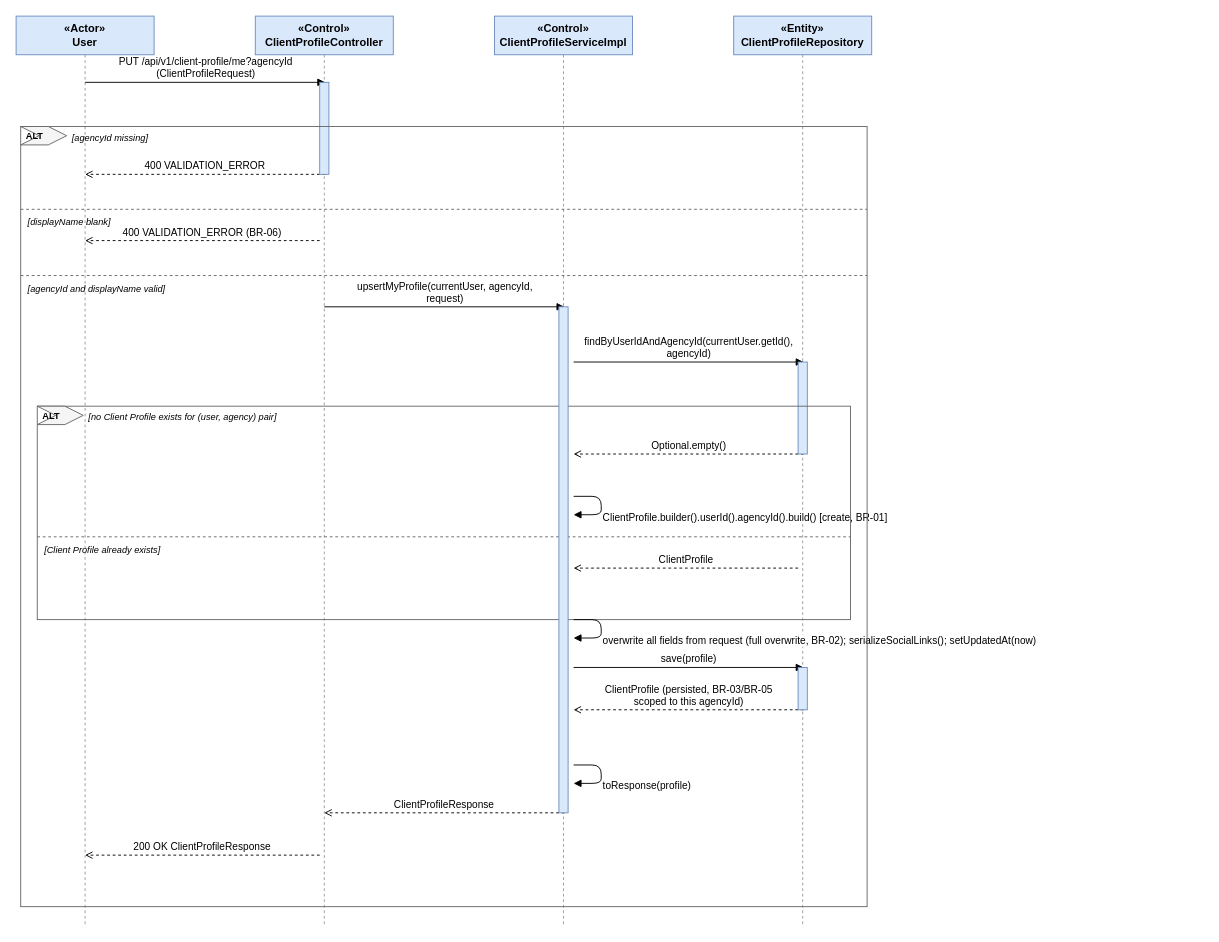
Above: docs/feature/profile/3-3-4-update-client-profile/sequence-flow.drawio in BrandHubOrganization/brandhub-infrastructure (draw.io), before the change. Source tidied: cells renumbered, new cells numbered last; positions are measured from the earlier drawing's top-left corner, leaving out a move shared by most shapes. Both pictures are drawn from the tidied source at 92%, with x=0, y=0 at pixel (16, 16).
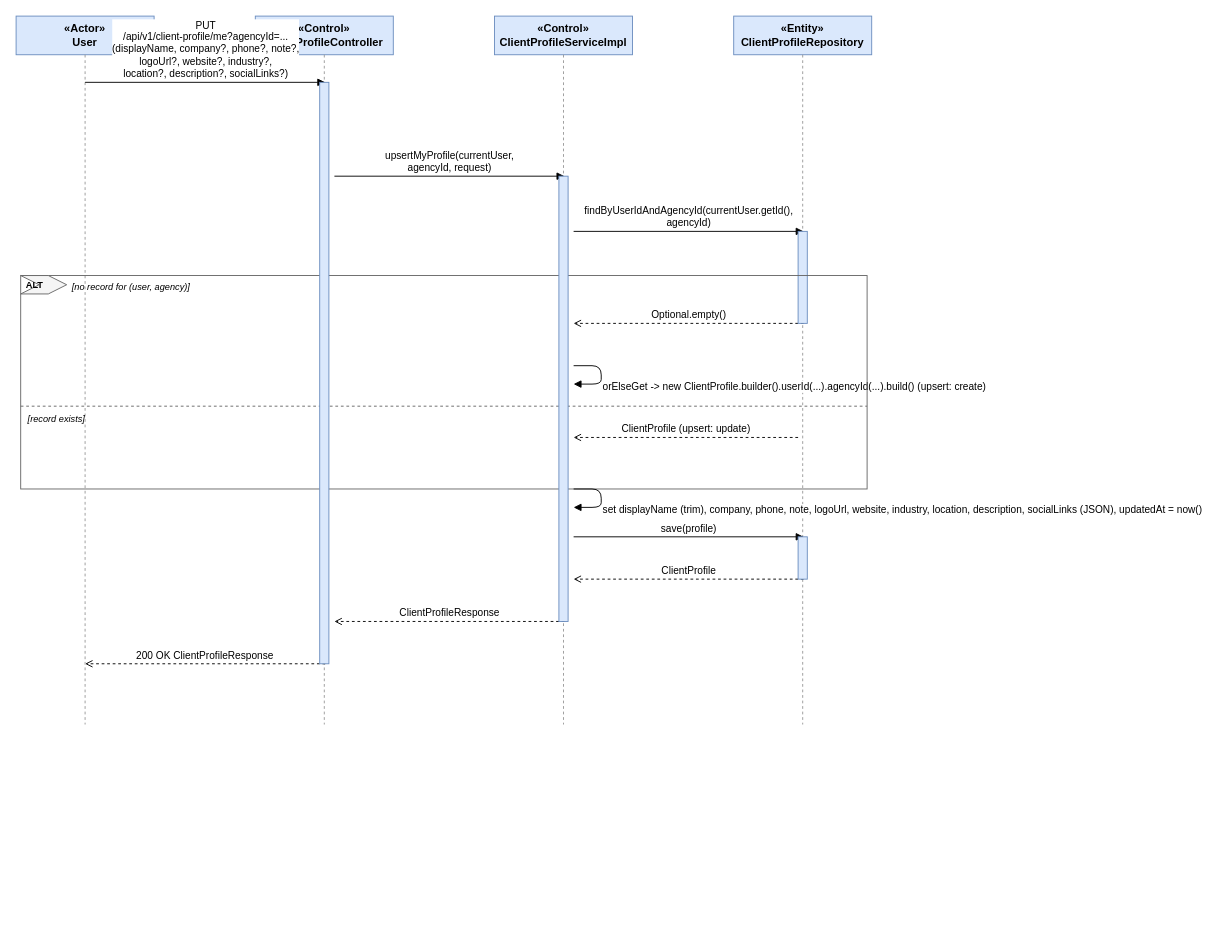
The same diagram, later.

What changed in the source:
```diff
@@
-    <mxCell id="3" style="endArrow=none;dashed=1;html=1;strokeColor=#999999;" parent="1" edge="1">
-      <mxGeometry relative="1" as="geometry">
-        <mxPoint x="855" y="42" as="sourcePoint" />
-        <mxPoint x="855" y="988" as="targetPoint" />
-      </mxGeometry>
-    </mxCell>
+    <mxCell id="40" style="endArrow=none;dashed=1;html=1;strokeColor=#999999;" parent="1" edge="1">
+      <mxGeometry relative="1" as="geometry">
+        <mxPoint x="855" y="42" as="sourcePoint" />
+        <mxPoint x="855" y="770" as="targetPoint" />
+      </mxGeometry>
+    </mxCell>
@@
-    <mxCell id="5" style="endArrow=none;dashed=1;html=1;strokeColor=#999999;" parent="1" edge="1">
-      <mxGeometry relative="1" as="geometry">
-        <mxPoint x="595" y="42" as="sourcePoint" />
-        <mxPoint x="595" y="988" as="targetPoint" />
-      </mxGeometry>
-    </mxCell>
+    <mxCell id="41" style="endArrow=none;dashed=1;html=1;strokeColor=#999999;" parent="1" edge="1">
+      <mxGeometry relative="1" as="geometry">
+        <mxPoint x="595" y="42" as="sourcePoint" />
+        <mxPoint x="595" y="770" as="targetPoint" />
+      </mxGeometry>
+    </mxCell>
@@
-    <mxCell id="7" style="endArrow=none;dashed=1;html=1;strokeColor=#999999;" parent="1" edge="1">
-      <mxGeometry relative="1" as="geometry">
-        <mxPoint x="335" y="42" as="sourcePoint" />
-        <mxPoint x="335" y="988" as="targetPoint" />
-      </mxGeometry>
-    </mxCell>
+    <mxCell id="42" style="endArrow=none;dashed=1;html=1;strokeColor=#999999;" parent="1" edge="1">
+      <mxGeometry relative="1" as="geometry">
+        <mxPoint x="335" y="42" as="sourcePoint" />
+        <mxPoint x="335" y="770" as="targetPoint" />
+      </mxGeometry>
+    </mxCell>
@@
-    <mxCell id="9" style="endArrow=none;dashed=1;html=1;strokeColor=#999999;" parent="1" edge="1">
-      <mxGeometry relative="1" as="geometry">
-        <mxPoint x="75" y="42" as="sourcePoint" />
-        <mxPoint x="75" y="988" as="targetPoint" />
-      </mxGeometry>
-    </mxCell>
+    <mxCell id="43" style="endArrow=none;dashed=1;html=1;strokeColor=#999999;" parent="1" edge="1">
+      <mxGeometry relative="1" as="geometry">
+        <mxPoint x="75" y="42" as="sourcePoint" />
+        <mxPoint x="75" y="770" as="targetPoint" />
+      </mxGeometry>
+    </mxCell>
-    <mxCell id="10" value="PUT /api/v1/client-profile/me?agencyId&lt;br&gt;(ClientProfileRequest)" style="html=1;endArrow=block;dashed=0;fontSize=11;align=center;verticalAlign=bottom;labelBackgroundColor=#ffffff;" parent="1" edge="1">
+    <mxCell id="10" value="PUT&lt;br&gt;/api/v1/client-profile/me?agencyId=...&lt;br&gt;(displayName, company?, phone?, note?,&lt;br&gt;logoUrl?, website?, industry?,&lt;br&gt;location?, description?, socialLinks?)" style="html=1;endArrow=block;dashed=0;fontSize=11;align=center;verticalAlign=bottom;labelBackgroundColor=#ffffff;" parent="1" edge="1">
       <mxGeometry relative="1" as="geometry">
         <mxPoint x="75" y="72" as="sourcePoint" />
         <mxPoint x="336" y="72" as="targetPoint" />
       </mxGeometry>
     </mxCell>
-    <mxCell id="11" value="400 VALIDATION_ERROR" style="html=1;endArrow=open;dashed=1;fontSize=11;align=center;verticalAlign=bottom;labelBackgroundColor=#ffffff;" parent="1" edge="1">
-      <mxGeometry relative="1" as="geometry">
-        <mxPoint x="336" y="172" as="sourcePoint" />
-        <mxPoint x="75" y="172" as="targetPoint" />
-      </mxGeometry>
-    </mxCell>
-    <mxCell id="12" style="rounded=0;whiteSpace=wrap;html=1;fillColor=#dae8fc;strokeColor=#6c8ebf;" parent="1" vertex="1">
-      <mxGeometry x="330" y="72" width="10" height="100" as="geometry" />
-    </mxCell>
-    <mxCell id="13" value="400 VALIDATION_ERROR (BR-06)" style="html=1;endArrow=open;dashed=1;fontSize=11;align=center;verticalAlign=bottom;labelBackgroundColor=#ffffff;" parent="1" edge="1">
-      <mxGeometry relative="1" as="geometry">
-        <mxPoint x="330" y="244" as="sourcePoint" />
-        <mxPoint x="75" y="244" as="targetPoint" />
-      </mxGeometry>
-    </mxCell>
-    <mxCell id="14" value="upsertMyProfile(currentUser, agencyId,&lt;br&gt;request)" style="html=1;endArrow=block;dashed=0;fontSize=11;align=center;verticalAlign=bottom;labelBackgroundColor=#ffffff;" parent="1" edge="1">
+    <mxCell id="14" value="upsertMyProfile(currentUser,&lt;br&gt;agencyId, request)" style="html=1;endArrow=block;dashed=0;fontSize=11;align=center;verticalAlign=bottom;labelBackgroundColor=#ffffff;" parent="1" edge="1">
       <mxGeometry relative="1" as="geometry">
-        <mxPoint x="335" y="316" as="sourcePoint" />
-        <mxPoint x="596" y="316" as="targetPoint" />
+        <mxPoint x="346" y="174" as="sourcePoint" />
+        <mxPoint x="596" y="174" as="targetPoint" />
       </mxGeometry>
     </mxCell>
     <mxCell id="15" value="findByUserIdAndAgencyId(currentUser.getId(),&lt;br&gt;agencyId)" style="html=1;endArrow=block;dashed=0;fontSize=11;align=center;verticalAlign=bottom;labelBackgroundColor=#ffffff;" parent="1" edge="1">
       <mxGeometry relative="1" as="geometry">
-        <mxPoint x="606" y="376" as="sourcePoint" />
-        <mxPoint x="856" y="376" as="targetPoint" />
+        <mxPoint x="606" y="234" as="sourcePoint" />
+        <mxPoint x="856" y="234" as="targetPoint" />
       </mxGeometry>
     </mxCell>
+    <mxCell id="13" value="Optional.empty()" style="html=1;endArrow=open;dashed=1;fontSize=11;align=center;verticalAlign=bottom;labelBackgroundColor=#ffffff;" parent="1" edge="1">
+      <mxGeometry relative="1" as="geometry">
+        <mxPoint x="856" y="334" as="sourcePoint" />
+        <mxPoint x="606" y="334" as="targetPoint" />
+      </mxGeometry>
+    </mxCell>
+    <mxCell id="44" style="rounded=0;whiteSpace=wrap;html=1;fillColor=#dae8fc;strokeColor=#6c8ebf;" parent="1" vertex="1">
+      <mxGeometry x="850" y="234" width="10" height="100" as="geometry" />
+    </mxCell>
+    <mxCell id="45" value="orElseGet -&gt; new ClientProfile.builder().userId(...).agencyId(...).build() (upsert: create)" style="html=1;endArrow=block;dashed=0;fontSize=11;align=left;verticalAlign=top;rounded=1;" parent="1" edge="1">
+      <mxGeometry relative="1" as="geometry">
+        <mxPoint x="606" y="380" as="sourcePoint" />
+        <mxPoint x="606" y="400" as="targetPoint" />
+        <Array as="points">
+          <mxPoint x="636" y="380" />
+          <mxPoint x="636" y="400" />
+        </Array>
+      </mxGeometry>
+    </mxCell>
-    <mxCell id="16" value="Optional.empty()" style="html=1;endArrow=open;dashed=1;fontSize=11;align=center;verticalAlign=bottom;labelBackgroundColor=#ffffff;" parent="1" edge="1">
+    <mxCell id="16" value="ClientProfile (upsert: update)" style="html=1;endArrow=open;dashed=1;fontSize=11;align=center;verticalAlign=bottom;labelBackgroundColor=#ffffff;" parent="1" edge="1">
       <mxGeometry relative="1" as="geometry">
-        <mxPoint x="856" y="476" as="sourcePoint" />
-        <mxPoint x="606" y="476" as="targetPoint" />
+        <mxPoint x="850" y="458" as="sourcePoint" />
+        <mxPoint x="606" y="458" as="targetPoint" />
       </mxGeometry>
     </mxCell>
-    <mxCell id="17" style="rounded=0;whiteSpace=wrap;html=1;fillColor=#dae8fc;strokeColor=#6c8ebf;" parent="1" vertex="1">
-      <mxGeometry x="850" y="376" width="10" height="100" as="geometry" />
-    </mxCell>
-    <mxCell id="18" value="ClientProfile.builder().userId().agencyId().build() [create, BR-01]" style="html=1;endArrow=block;dashed=0;fontSize=11;align=left;verticalAlign=top;rounded=1;" parent="1" edge="1">
-      <mxGeometry relative="1" as="geometry">
-        <mxPoint x="606" y="522" as="sourcePoint" />
-        <mxPoint x="606" y="542" as="targetPoint" />
-        <Array as="points">
-          <mxPoint x="636" y="522" />
-          <mxPoint x="636" y="542" />
-        </Array>
-      </mxGeometry>
-    </mxCell>
+    <mxCell id="46" style="rounded=0;whiteSpace=wrap;html=1;fillColor=none;strokeColor=#666666;verticalAlign=top;" parent="1" vertex="1">
+      <mxGeometry x="5" y="282" width="920" height="232" as="geometry" />
+    </mxCell>
+    <mxCell id="47" value="ALT" style="shape=step;perimeter=stepPerimeter;whiteSpace=wrap;html=1;fixedSize=1;fillColor=#f5f5f5;strokeColor=#666666;fontStyle=1;fontSize=10;align=left;spacingLeft=4;" parent="1" vertex="1">
+      <mxGeometry x="5" y="282" width="50" height="20" as="geometry" />
+    </mxCell>
+    <mxCell id="48" value="[no record for (user, agency)]" style="text;html=1;align=left;verticalAlign=top;fontSize=10;fontStyle=2;" parent="1" vertex="1">
+      <mxGeometry x="59" y="282" width="862" height="20" as="geometry" />
+    </mxCell>
+    <mxCell id="49" style="endArrow=none;dashed=1;html=1;strokeColor=#666666;" parent="1" edge="1">
+      <mxGeometry relative="1" as="geometry">
+        <mxPoint x="5" y="424" as="sourcePoint" />
+        <mxPoint x="925" y="424" as="targetPoint" />
+      </mxGeometry>
+    </mxCell>
+    <mxCell id="50" value="[record exists]" style="text;html=1;align=left;verticalAlign=top;fontSize=10;fontStyle=2;" parent="1" vertex="1">
+      <mxGeometry x="11" y="426" width="910" height="18" as="geometry" />
+    </mxCell>
+    <mxCell id="51" value="set displayName (trim), company, phone, note, logoUrl, website, industry, location, description, socialLinks (JSON), updatedAt = now()" style="html=1;endArrow=block;dashed=0;fontSize=11;align=left;verticalAlign=top;rounded=1;" parent="1" edge="1">
+      <mxGeometry relative="1" as="geometry">
+        <mxPoint x="606" y="514" as="sourcePoint" />
+        <mxPoint x="606" y="534" as="targetPoint" />
+        <Array as="points">
+          <mxPoint x="636" y="514" />
+          <mxPoint x="636" y="534" />
+        </Array>
+      </mxGeometry>
+    </mxCell>
+    <mxCell id="26" value="save(profile)" style="html=1;endArrow=block;dashed=0;fontSize=11;align=center;verticalAlign=bottom;labelBackgroundColor=#ffffff;" parent="1" edge="1">
+      <mxGeometry relative="1" as="geometry">
+        <mxPoint x="606" y="566" as="sourcePoint" />
+        <mxPoint x="856" y="566" as="targetPoint" />
+      </mxGeometry>
+    </mxCell>
     <mxCell id="19" value="ClientProfile" style="html=1;endArrow=open;dashed=1;fontSize=11;align=center;verticalAlign=bottom;labelBackgroundColor=#ffffff;" parent="1" edge="1">
       <mxGeometry relative="1" as="geometry">
-        <mxPoint x="850" y="600" as="sourcePoint" />
-        <mxPoint x="606" y="600" as="targetPoint" />
+        <mxPoint x="856" y="612" as="sourcePoint" />
+        <mxPoint x="606" y="612" as="targetPoint" />
       </mxGeometry>
     </mxCell>
-    <mxCell id="20" style="rounded=0;whiteSpace=wrap;html=1;fillColor=none;strokeColor=#666666;verticalAlign=top;" parent="1" vertex="1">
-      <mxGeometry x="23" y="424" width="884" height="232" as="geometry" />
-    </mxCell>
-    <mxCell id="21" value="ALT" style="shape=step;perimeter=stepPerimeter;whiteSpace=wrap;html=1;fixedSize=1;fillColor=#f5f5f5;strokeColor=#666666;fontStyle=1;fontSize=10;align=left;spacingLeft=4;" parent="1" vertex="1">
-      <mxGeometry x="23" y="424" width="50" height="20" as="geometry" />
-    </mxCell>
-    <mxCell id="22" value="[no Client Profile exists for (user, agency) pair]" style="text;html=1;align=left;verticalAlign=top;fontSize=10;fontStyle=2;" parent="1" vertex="1">
-      <mxGeometry x="77" y="424" width="826" height="20" as="geometry" />
-    </mxCell>
-    <mxCell id="23" style="endArrow=none;dashed=1;html=1;strokeColor=#666666;" parent="1" edge="1">
-      <mxGeometry relative="1" as="geometry">
-        <mxPoint x="23" y="566" as="sourcePoint" />
-        <mxPoint x="907" y="566" as="targetPoint" />
-      </mxGeometry>
-    </mxCell>
-    <mxCell id="24" value="[Client Profile already exists]" style="text;html=1;align=left;verticalAlign=top;fontSize=10;fontStyle=2;" parent="1" vertex="1">
-      <mxGeometry x="29" y="568" width="874" height="18" as="geometry" />
-    </mxCell>
-    <mxCell id="25" value="overwrite all fields from request (full overwrite, BR-02); serializeSocialLinks(); setUpdatedAt(now)" style="html=1;endArrow=block;dashed=0;fontSize=11;align=left;verticalAlign=top;rounded=1;" parent="1" edge="1">
-      <mxGeometry relative="1" as="geometry">
-        <mxPoint x="606" y="656" as="sourcePoint" />
-        <mxPoint x="606" y="676" as="targetPoint" />
-        <Array as="points">
-          <mxPoint x="636" y="656" />
-          <mxPoint x="636" y="676" />
-        </Array>
-      </mxGeometry>
-    </mxCell>
-    <mxCell id="26" value="save(profile)" style="html=1;endArrow=block;dashed=0;fontSize=11;align=center;verticalAlign=bottom;labelBackgroundColor=#ffffff;" parent="1" edge="1">
-      <mxGeometry relative="1" as="geometry">
-        <mxPoint x="606" y="708" as="sourcePoint" />
-        <mxPoint x="856" y="708" as="targetPoint" />
-      </mxGeometry>
-    </mxCell>
-    <mxCell id="27" value="ClientProfile (persisted, BR-03/BR-05&lt;br&gt;scoped to this agencyId)" style="html=1;endArrow=open;dashed=1;fontSize=11;align=center;verticalAlign=bottom;labelBackgroundColor=#ffffff;" parent="1" edge="1">
-      <mxGeometry relative="1" as="geometry">
-        <mxPoint x="856" y="754" as="sourcePoint" />
-        <mxPoint x="606" y="754" as="targetPoint" />
-      </mxGeometry>
-    </mxCell>
-    <mxCell id="28" style="rounded=0;whiteSpace=wrap;html=1;fillColor=#dae8fc;strokeColor=#6c8ebf;" parent="1" vertex="1">
-      <mxGeometry x="850" y="708" width="10" height="46" as="geometry" />
-    </mxCell>
-    <mxCell id="29" value="toResponse(profile)" style="html=1;endArrow=block;dashed=0;fontSize=11;align=left;verticalAlign=top;rounded=1;" parent="1" edge="1">
-      <mxGeometry relative="1" as="geometry">
-        <mxPoint x="606" y="814" as="sourcePoint" />
-        <mxPoint x="606" y="834" as="targetPoint" />
-        <Array as="points">
-          <mxPoint x="636" y="814" />
-          <mxPoint x="636" y="834" />
-        </Array>
-      </mxGeometry>
-    </mxCell>
+    <mxCell id="52" style="rounded=0;whiteSpace=wrap;html=1;fillColor=#dae8fc;strokeColor=#6c8ebf;" parent="1" vertex="1">
+      <mxGeometry x="850" y="566" width="10" height="46" as="geometry" />
+    </mxCell>
     <mxCell id="30" value="ClientProfileResponse" style="html=1;endArrow=open;dashed=1;fontSize=11;align=center;verticalAlign=bottom;labelBackgroundColor=#ffffff;" parent="1" edge="1">
       <mxGeometry relative="1" as="geometry">
-        <mxPoint x="596" y="866" as="sourcePoint" />
-        <mxPoint x="335" y="866" as="targetPoint" />
+        <mxPoint x="596" y="658" as="sourcePoint" />
+        <mxPoint x="346" y="658" as="targetPoint" />
       </mxGeometry>
     </mxCell>
-    <mxCell id="31" style="rounded=0;whiteSpace=wrap;html=1;fillColor=#dae8fc;strokeColor=#6c8ebf;" parent="1" vertex="1">
-      <mxGeometry x="590" y="316" width="10" height="550" as="geometry" />
-    </mxCell>
+    <mxCell id="53" style="rounded=0;whiteSpace=wrap;html=1;fillColor=#dae8fc;strokeColor=#6c8ebf;" parent="1" vertex="1">
+      <mxGeometry x="590" y="174" width="10" height="484" as="geometry" />
+    </mxCell>
     <mxCell id="32" value="200 OK ClientProfileResponse" style="html=1;endArrow=open;dashed=1;fontSize=11;align=center;verticalAlign=bottom;labelBackgroundColor=#ffffff;" parent="1" edge="1">
       <mxGeometry relative="1" as="geometry">
-        <mxPoint x="330" y="912" as="sourcePoint" />
-        <mxPoint x="75" y="912" as="targetPoint" />
+        <mxPoint x="336" y="704" as="sourcePoint" />
+        <mxPoint x="75" y="704" as="targetPoint" />
       </mxGeometry>
     </mxCell>
-    <mxCell id="33" style="rounded=0;whiteSpace=wrap;html=1;fillColor=none;strokeColor=#666666;verticalAlign=top;" parent="1" vertex="1">
-      <mxGeometry x="5" y="120" width="920" height="848" as="geometry" />
-    </mxCell>
-    <mxCell id="34" value="ALT" style="shape=step;perimeter=stepPerimeter;whiteSpace=wrap;html=1;fixedSize=1;fillColor=#f5f5f5;strokeColor=#666666;fontStyle=1;fontSize=10;align=left;spacingLeft=4;" parent="1" vertex="1">
-      <mxGeometry x="5" y="120" width="50" height="20" as="geometry" />
-    </mxCell>
-    <mxCell id="35" value="[agencyId missing]" style="text;html=1;align=left;verticalAlign=top;fontSize=10;fontStyle=2;" parent="1" vertex="1">
-      <mxGeometry x="59" y="120" width="862" height="20" as="geometry" />
-    </mxCell>
-    <mxCell id="36" style="endArrow=none;dashed=1;html=1;strokeColor=#666666;" parent="1" edge="1">
-      <mxGeometry relative="1" as="geometry">
-        <mxPoint x="5" y="210" as="sourcePoint" />
-        <mxPoint x="925" y="210" as="targetPoint" />
-      </mxGeometry>
-    </mxCell>
-    <mxCell id="37" value="[displayName blank]" style="text;html=1;align=left;verticalAlign=top;fontSize=10;fontStyle=2;" parent="1" vertex="1">
-      <mxGeometry x="11" y="212" width="910" height="18" as="geometry" />
-    </mxCell>
-    <mxCell id="38" style="endArrow=none;dashed=1;html=1;strokeColor=#666666;" parent="1" edge="1">
-      <mxGeometry relative="1" as="geometry">
-        <mxPoint x="5" y="282" as="sourcePoint" />
-        <mxPoint x="925" y="282" as="targetPoint" />
-      </mxGeometry>
-    </mxCell>
-    <mxCell id="39" value="[agencyId and displayName valid]" style="text;html=1;align=left;verticalAlign=top;fontSize=10;fontStyle=2;" parent="1" vertex="1">
-      <mxGeometry x="11" y="284" width="910" height="18" as="geometry" />
-    </mxCell>
+    <mxCell id="54" style="rounded=0;whiteSpace=wrap;html=1;fillColor=#dae8fc;strokeColor=#6c8ebf;" parent="1" vertex="1">
+      <mxGeometry x="330" y="72" width="10" height="632" as="geometry" />
+    </mxCell>
```
